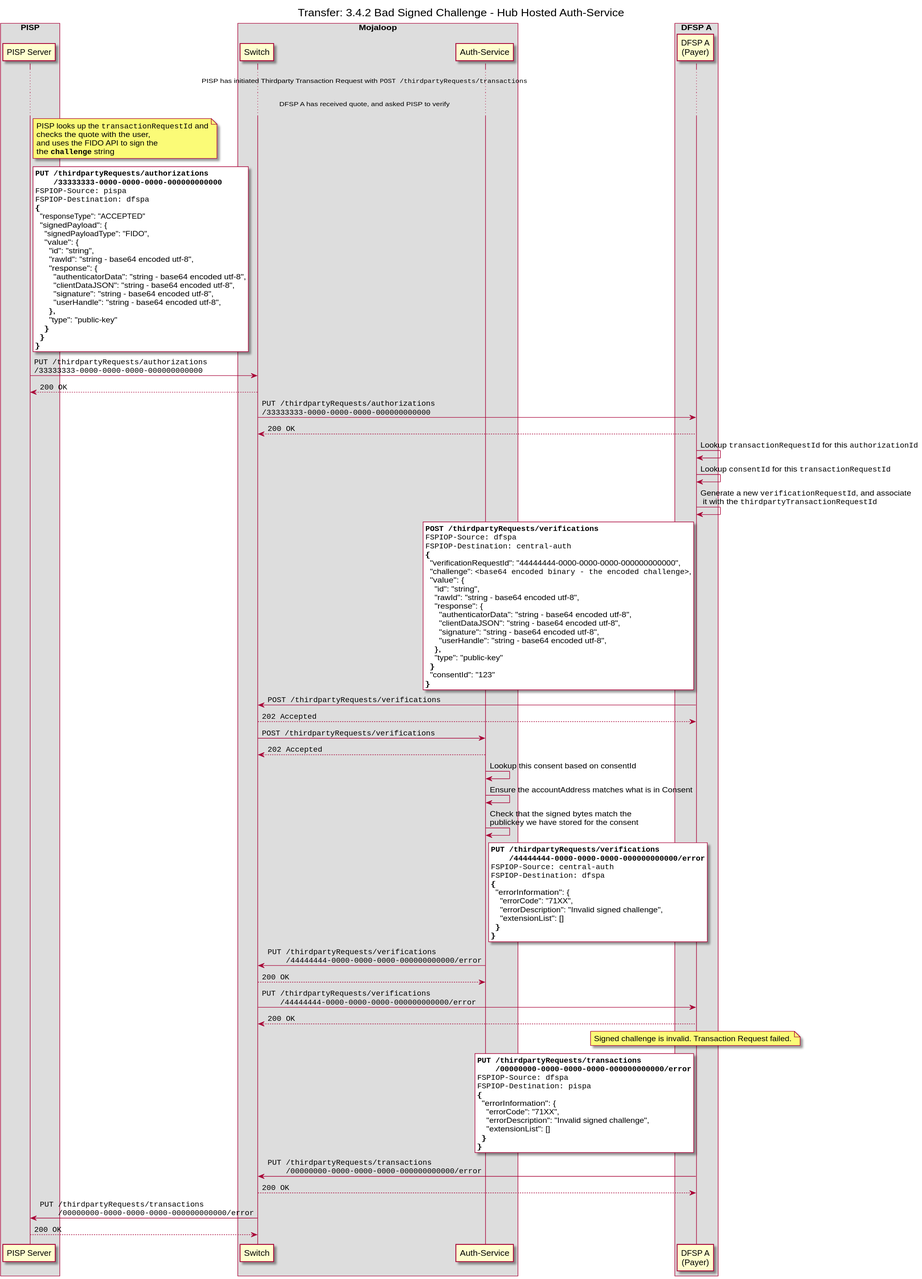
This is docs/out/transfer/3-4-2-bad-signed-challenge-auth-service.svg from mojaloop/pisp-project, a PlantUML export, as it was before one commit. Its source is kept beside it as docs/transfer/3-4-2-bad-signed-challenge-auth-service.puml.
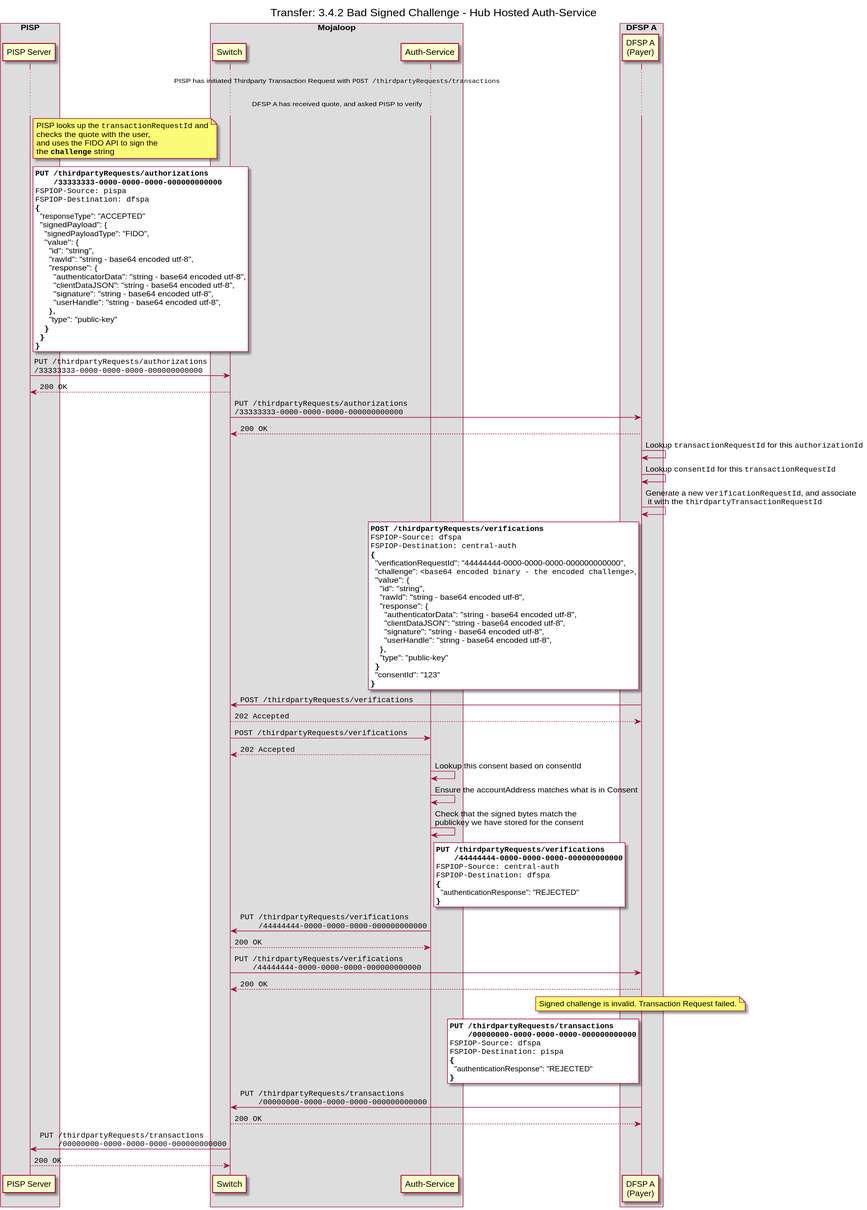
Above is the later version.

Commit message:
chore: update verification response on invalid signature (#165)

What changed in the source:
```diff
@@ -92,20 +92,16 @@
 
 rnote right of AUTHS #Light
 **""PUT /thirdpartyRequests/verifications""**
-**""    /44444444-0000-0000-0000-000000000000/error""**
+**""    /44444444-0000-0000-0000-000000000000""**
 ""FSPIOP-Source: central-auth""
 ""FSPIOP-Destination: dfspa""
 {
-  "errorInformation": {
-    "errorCode": "71XX",
-    "errorDescription": "Invalid signed challenge",
-    "extensionList": []
-  }
+  "authenticationResponse": "REJECTED"
 }
 end note
-AUTHS -> S: ""PUT /thirdpartyRequests/verifications""\n""    /44444444-0000-0000-0000-000000000000/error""
+AUTHS -> S: ""PUT /thirdpartyRequests/verifications""\n""    /44444444-0000-0000-0000-000000000000""
 S --> AUTHS: ""200 OK""
-S -> D2: ""PUT /thirdpartyRequests/verifications""\n""    /44444444-0000-0000-0000-000000000000/error""
+S -> D2: ""PUT /thirdpartyRequests/verifications""\n""    /44444444-0000-0000-0000-000000000000""
 D2 --> S: ""200 OK""
 
 note over D2
@@ -115,20 +111,16 @@
 
 rnote left of D2 #Light
 **""PUT /thirdpartyRequests/transactions""**
-**""    /00000000-0000-0000-0000-000000000000/error""**
+**""    /00000000-0000-0000-0000-000000000000""**
 ""FSPIOP-Source: dfspa""
 ""FSPIOP-Destination: pispa""
 {
-  "errorInformation": {
-    "errorCode": "71XX",
-    "errorDescription": "Invalid signed challenge",
-    "extensionList": []
-  }
+  "authenticationResponse": "REJECTED"
 }
 end note
-D2 -> S: ""PUT /thirdpartyRequests/transactions""\n""    /00000000-0000-0000-0000-000000000000/error""
+D2 -> S: ""PUT /thirdpartyRequests/transactions""\n""    /00000000-0000-0000-0000-000000000000""
 S --> D2: ""200 OK""
-S -> D1: ""PUT /thirdpartyRequests/transactions""\n""    /00000000-0000-0000-0000-000000000000/error""
+S -> D1: ""PUT /thirdpartyRequests/transactions""\n""    /00000000-0000-0000-0000-000000000000""
 D1 --> S: ""200 OK""
 
 @enduml
```
